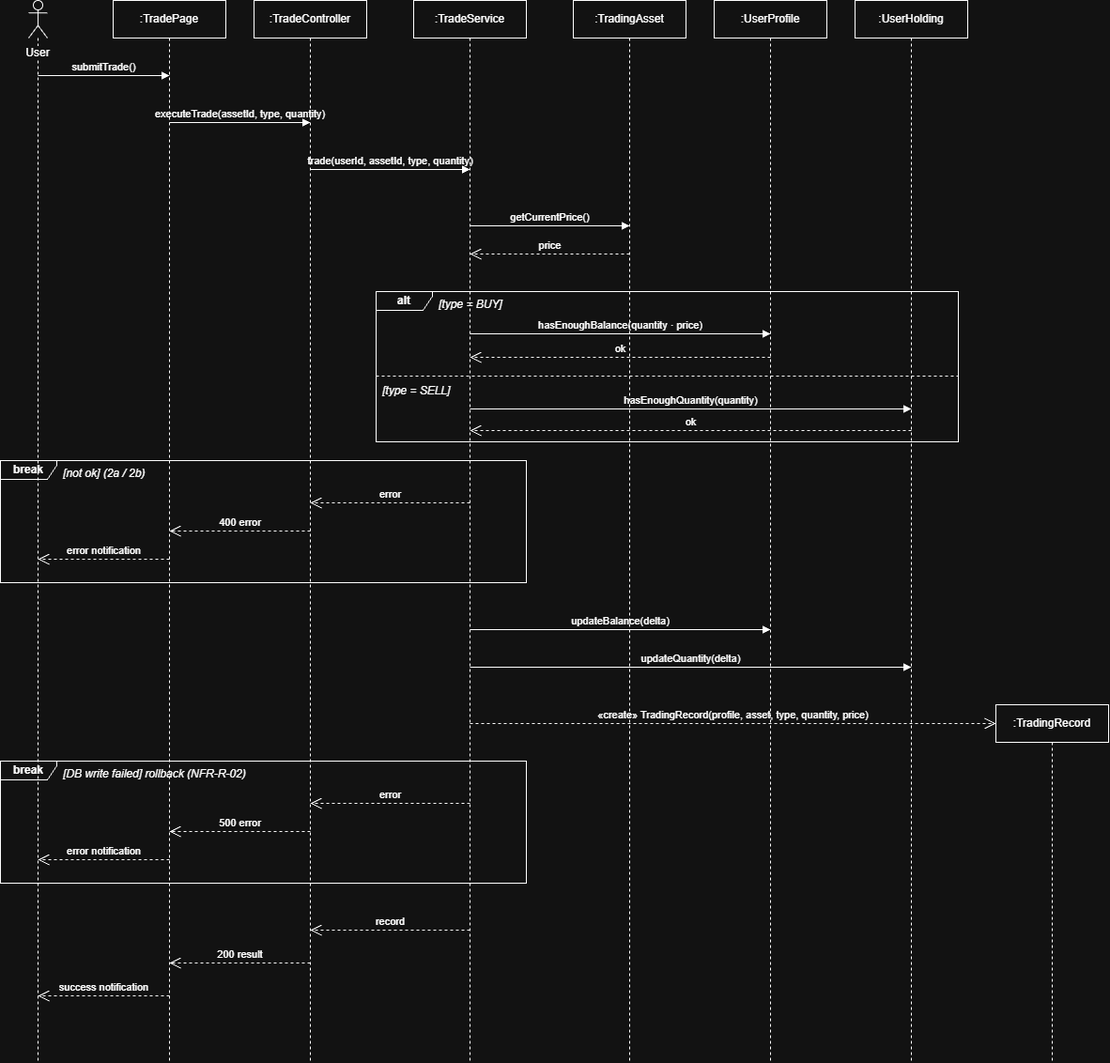
Earlier version of the draw.io export docs/diagrams/UCR-05_sequence_design.png (justusbruegmann/2TheMoon). Source tidied: cells renumbered, new cells last; positions are measured from the earlier drawing's top-left corner, leaving out a move shared by most shapes.
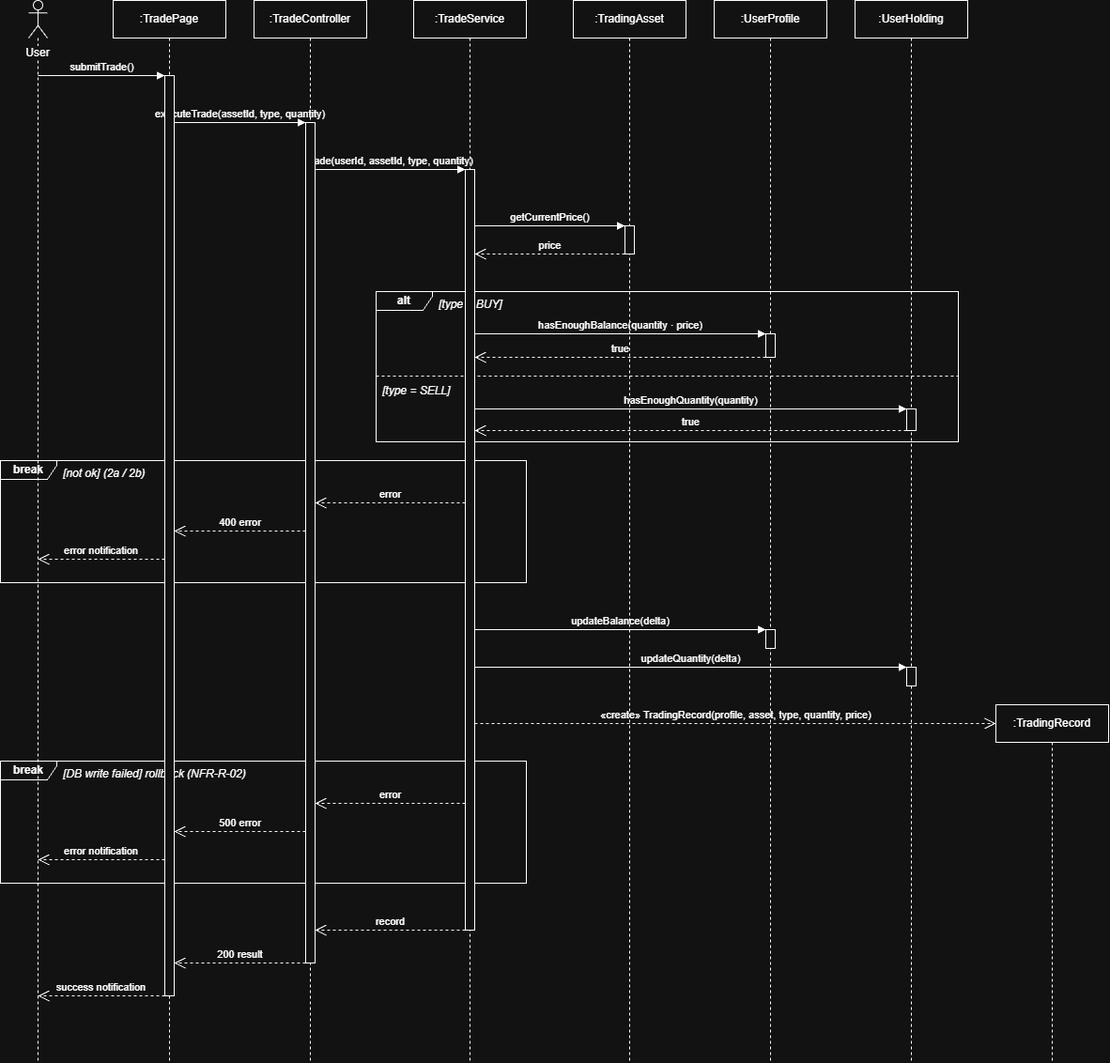
The same diagram one commit later.

The edit, as a diff of the source:
```diff
@@ -29,31 +29,31 @@
     <mxCell id="10" value="submitTrade()" style="endArrow=block;endFill=1;html=1;verticalAlign=bottom;labelBackgroundColor=none;" parent="1" edge="1">
       <mxGeometry relative="1" as="geometry">
         <mxPoint x="40" y="80" as="sourcePoint" />
-        <mxPoint x="180" y="80" as="targetPoint" />
+        <mxPoint x="175" y="80" as="targetPoint" />
       </mxGeometry>
     </mxCell>
     <mxCell id="11" value="executeTrade(assetId, type, quantity)" style="endArrow=block;endFill=1;html=1;verticalAlign=bottom;labelBackgroundColor=none;" parent="1" edge="1">
       <mxGeometry relative="1" as="geometry">
-        <mxPoint x="180" y="130" as="sourcePoint" />
-        <mxPoint x="330" y="130" as="targetPoint" />
+        <mxPoint x="185" y="130" as="sourcePoint" />
+        <mxPoint x="325" y="130" as="targetPoint" />
       </mxGeometry>
     </mxCell>
     <mxCell id="12" value="trade(userId, assetId, type, quantity)" style="endArrow=block;endFill=1;html=1;verticalAlign=bottom;labelBackgroundColor=none;" parent="1" edge="1">
       <mxGeometry relative="1" as="geometry">
-        <mxPoint x="330" y="180" as="sourcePoint" />
-        <mxPoint x="500" y="180" as="targetPoint" />
+        <mxPoint x="335" y="180" as="sourcePoint" />
+        <mxPoint x="495" y="180" as="targetPoint" />
       </mxGeometry>
     </mxCell>
     <mxCell id="13" value="getCurrentPrice()" style="endArrow=block;endFill=1;html=1;verticalAlign=bottom;labelBackgroundColor=none;" parent="1" edge="1">
       <mxGeometry relative="1" as="geometry">
-        <mxPoint x="500" y="240" as="sourcePoint" />
-        <mxPoint x="670" y="240" as="targetPoint" />
+        <mxPoint x="505" y="240" as="sourcePoint" />
+        <mxPoint x="665" y="240" as="targetPoint" />
       </mxGeometry>
     </mxCell>
     <mxCell id="14" value="price" style="endArrow=open;endSize=10;dashed=1;html=1;verticalAlign=bottom;labelBackgroundColor=none;" parent="1" edge="1">
       <mxGeometry relative="1" as="geometry">
-        <mxPoint x="670" y="270" as="sourcePoint" />
-        <mxPoint x="500" y="270" as="targetPoint" />
+        <mxPoint x="665" y="270" as="sourcePoint" />
+        <mxPoint x="505" y="270" as="targetPoint" />
       </mxGeometry>
     </mxCell>
     <mxCell id="15" value="alt" style="shape=umlFrame;whiteSpace=wrap;html=1;width=60;height=20;fillColor=none;fontStyle=1;" parent="1" vertex="1">
@@ -64,14 +64,14 @@
     </mxCell>
     <mxCell id="17" value="hasEnoughBalance(quantity · price)" style="endArrow=block;endFill=1;html=1;verticalAlign=bottom;labelBackgroundColor=none;" parent="1" edge="1">
       <mxGeometry relative="1" as="geometry">
-        <mxPoint x="500" y="355" as="sourcePoint" />
-        <mxPoint x="820" y="355" as="targetPoint" />
+        <mxPoint x="505" y="355" as="sourcePoint" />
+        <mxPoint x="815" y="355" as="targetPoint" />
       </mxGeometry>
     </mxCell>
-    <mxCell id="18" value="ok" style="endArrow=open;endSize=10;dashed=1;html=1;verticalAlign=bottom;labelBackgroundColor=none;" parent="1" edge="1">
+    <mxCell id="18" value="true" style="endArrow=open;endSize=10;dashed=1;html=1;verticalAlign=bottom;labelBackgroundColor=none;" parent="1" edge="1">
       <mxGeometry relative="1" as="geometry">
-        <mxPoint x="820" y="380" as="sourcePoint" />
-        <mxPoint x="500" y="380" as="targetPoint" />
+        <mxPoint x="815" y="380" as="sourcePoint" />
+        <mxPoint x="505" y="380" as="targetPoint" />
       </mxGeometry>
     </mxCell>
     <mxCell id="19" style="endArrow=none;dashed=1;html=1;" parent="1" edge="1">
@@ -85,14 +85,14 @@
     </mxCell>
     <mxCell id="21" value="hasEnoughQuantity(quantity)" style="endArrow=block;endFill=1;html=1;verticalAlign=bottom;labelBackgroundColor=none;" parent="1" edge="1">
       <mxGeometry relative="1" as="geometry">
-        <mxPoint x="500" y="435" as="sourcePoint" />
-        <mxPoint x="970" y="435" as="targetPoint" />
+        <mxPoint x="505" y="435" as="sourcePoint" />
+        <mxPoint x="965" y="435" as="targetPoint" />
       </mxGeometry>
     </mxCell>
-    <mxCell id="22" value="ok" style="endArrow=open;endSize=10;dashed=1;html=1;verticalAlign=bottom;labelBackgroundColor=none;" parent="1" edge="1">
+    <mxCell id="22" value="true" style="endArrow=open;endSize=10;dashed=1;html=1;verticalAlign=bottom;labelBackgroundColor=none;" parent="1" edge="1">
       <mxGeometry relative="1" as="geometry">
-        <mxPoint x="970" y="458" as="sourcePoint" />
-        <mxPoint x="500" y="458" as="targetPoint" />
+        <mxPoint x="965" y="458" as="sourcePoint" />
+        <mxPoint x="505" y="458" as="targetPoint" />
       </mxGeometry>
     </mxCell>
     <mxCell id="23" value="break" style="shape=umlFrame;whiteSpace=wrap;html=1;width=60;height=20;fillColor=none;fontStyle=1;" parent="1" vertex="1">
@@ -103,37 +103,37 @@
     </mxCell>
     <mxCell id="25" value="error" style="endArrow=open;endSize=10;dashed=1;html=1;verticalAlign=bottom;labelBackgroundColor=none;" parent="1" edge="1">
       <mxGeometry relative="1" as="geometry">
-        <mxPoint x="500" y="535" as="sourcePoint" />
-        <mxPoint x="330" y="535" as="targetPoint" />
+        <mxPoint x="495" y="535" as="sourcePoint" />
+        <mxPoint x="335" y="535" as="targetPoint" />
       </mxGeometry>
     </mxCell>
     <mxCell id="26" value="400 error" style="endArrow=open;endSize=10;dashed=1;html=1;verticalAlign=bottom;labelBackgroundColor=none;" parent="1" edge="1">
       <mxGeometry relative="1" as="geometry">
-        <mxPoint x="330" y="565" as="sourcePoint" />
-        <mxPoint x="180" y="565" as="targetPoint" />
+        <mxPoint x="325" y="565" as="sourcePoint" />
+        <mxPoint x="185" y="565" as="targetPoint" />
       </mxGeometry>
     </mxCell>
     <mxCell id="27" value="error notification" style="endArrow=open;endSize=10;dashed=1;html=1;verticalAlign=bottom;labelBackgroundColor=none;" parent="1" edge="1">
       <mxGeometry relative="1" as="geometry">
-        <mxPoint x="180" y="595" as="sourcePoint" />
+        <mxPoint x="175" y="595" as="sourcePoint" />
         <mxPoint x="40" y="595" as="targetPoint" />
       </mxGeometry>
     </mxCell>
     <mxCell id="28" value="updateBalance(delta)" style="endArrow=block;endFill=1;html=1;verticalAlign=bottom;labelBackgroundColor=none;" parent="1" edge="1">
       <mxGeometry relative="1" as="geometry">
-        <mxPoint x="500" y="670" as="sourcePoint" />
-        <mxPoint x="820" y="670" as="targetPoint" />
+        <mxPoint x="505" y="670" as="sourcePoint" />
+        <mxPoint x="815" y="670" as="targetPoint" />
       </mxGeometry>
     </mxCell>
     <mxCell id="29" value="updateQuantity(delta)" style="endArrow=block;endFill=1;html=1;verticalAlign=bottom;labelBackgroundColor=none;" parent="1" edge="1">
       <mxGeometry relative="1" as="geometry">
-        <mxPoint x="500" y="710" as="sourcePoint" />
-        <mxPoint x="970" y="710" as="targetPoint" />
+        <mxPoint x="505" y="710" as="sourcePoint" />
+        <mxPoint x="965" y="710" as="targetPoint" />
       </mxGeometry>
     </mxCell>
     <mxCell id="30" value="«create» TradingRecord(profile, asset, type, quantity, price)" style="endArrow=open;endSize=10;dashed=1;html=1;verticalAlign=bottom;labelBackgroundColor=none;" parent="1" edge="1">
       <mxGeometry relative="1" as="geometry">
-        <mxPoint x="500" y="770" as="sourcePoint" />
+        <mxPoint x="505" y="770" as="sourcePoint" />
         <mxPoint x="1060" y="770" as="targetPoint" />
       </mxGeometry>
     </mxCell>
@@ -145,39 +145,63 @@
     </mxCell>
     <mxCell id="33" value="error" style="endArrow=open;endSize=10;dashed=1;html=1;verticalAlign=bottom;labelBackgroundColor=none;" parent="1" edge="1">
       <mxGeometry relative="1" as="geometry">
-        <mxPoint x="500" y="855" as="sourcePoint" />
-        <mxPoint x="330" y="855" as="targetPoint" />
+        <mxPoint x="495" y="855" as="sourcePoint" />
+        <mxPoint x="335" y="855" as="targetPoint" />
       </mxGeometry>
     </mxCell>
     <mxCell id="34" value="500 error" style="endArrow=open;endSize=10;dashed=1;html=1;verticalAlign=bottom;labelBackgroundColor=none;" parent="1" edge="1">
       <mxGeometry relative="1" as="geometry">
-        <mxPoint x="330" y="885" as="sourcePoint" />
-        <mxPoint x="180" y="885" as="targetPoint" />
+        <mxPoint x="325" y="885" as="sourcePoint" />
+        <mxPoint x="185" y="885" as="targetPoint" />
       </mxGeometry>
     </mxCell>
     <mxCell id="35" value="error notification" style="endArrow=open;endSize=10;dashed=1;html=1;verticalAlign=bottom;labelBackgroundColor=none;" parent="1" edge="1">
       <mxGeometry relative="1" as="geometry">
-        <mxPoint x="180" y="915" as="sourcePoint" />
+        <mxPoint x="175" y="915" as="sourcePoint" />
         <mxPoint x="40" y="915" as="targetPoint" />
       </mxGeometry>
     </mxCell>
     <mxCell id="36" value="record" style="endArrow=open;endSize=10;dashed=1;html=1;verticalAlign=bottom;labelBackgroundColor=none;" parent="1" edge="1">
       <mxGeometry relative="1" as="geometry">
-        <mxPoint x="500" y="990" as="sourcePoint" />
-        <mxPoint x="330" y="990" as="targetPoint" />
+        <mxPoint x="495" y="990" as="sourcePoint" />
+        <mxPoint x="335" y="990" as="targetPoint" />
       </mxGeometry>
     </mxCell>
     <mxCell id="37" value="200 result" style="endArrow=open;endSize=10;dashed=1;html=1;verticalAlign=bottom;labelBackgroundColor=none;" parent="1" edge="1">
       <mxGeometry relative="1" as="geometry">
-        <mxPoint x="330" y="1025" as="sourcePoint" />
-        <mxPoint x="180" y="1025" as="targetPoint" />
+        <mxPoint x="325" y="1025" as="sourcePoint" />
+        <mxPoint x="185" y="1025" as="targetPoint" />
       </mxGeometry>
     </mxCell>
     <mxCell id="38" value="success notification" style="endArrow=open;endSize=10;dashed=1;html=1;verticalAlign=bottom;labelBackgroundColor=none;" parent="1" edge="1">
       <mxGeometry relative="1" as="geometry">
-        <mxPoint x="180" y="1060" as="sourcePoint" />
+        <mxPoint x="175" y="1060" as="sourcePoint" />
         <mxPoint x="40" y="1060" as="targetPoint" />
       </mxGeometry>
     </mxCell>
+    <mxCell id="39" style="html=1;fillColor=#ffffff;" parent="1" vertex="1">
+      <mxGeometry x="175" y="80" width="10" height="980" as="geometry" />
+    </mxCell>
+    <mxCell id="40" style="html=1;fillColor=#ffffff;" parent="1" vertex="1">
+      <mxGeometry x="325" y="130" width="10" height="895" as="geometry" />
+    </mxCell>
+    <mxCell id="41" style="html=1;fillColor=#ffffff;" parent="1" vertex="1">
+      <mxGeometry x="495" y="180" width="10" height="810" as="geometry" />
+    </mxCell>
+    <mxCell id="42" style="html=1;fillColor=#ffffff;" parent="1" vertex="1">
+      <mxGeometry x="665" y="240" width="10" height="30" as="geometry" />
+    </mxCell>
+    <mxCell id="43" style="html=1;fillColor=#ffffff;" parent="1" vertex="1">
+      <mxGeometry x="815" y="355" width="10" height="25" as="geometry" />
+    </mxCell>
+    <mxCell id="44" style="html=1;fillColor=#ffffff;" parent="1" vertex="1">
+      <mxGeometry x="815" y="670" width="10" height="20" as="geometry" />
+    </mxCell>
+    <mxCell id="45" style="html=1;fillColor=#ffffff;" parent="1" vertex="1">
+      <mxGeometry x="965" y="435" width="10" height="23" as="geometry" />
+    </mxCell>
+    <mxCell id="46" style="html=1;fillColor=#ffffff;" parent="1" vertex="1">
+      <mxGeometry x="965" y="710" width="10" height="20" as="geometry" />
+    </mxCell>
   </root>
 </mxGraphModel>
```
